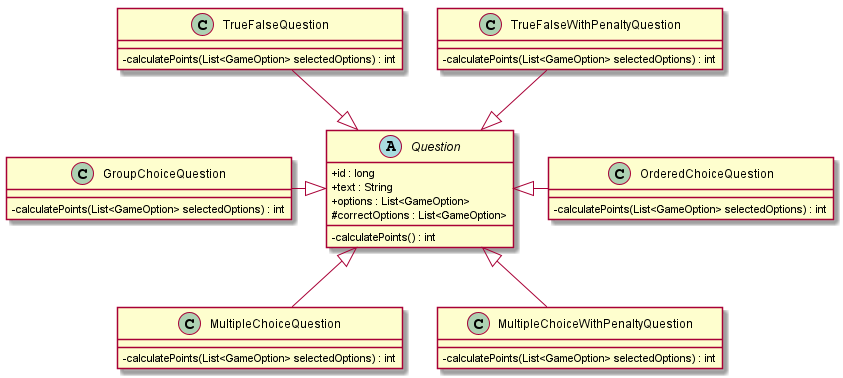
diegosanchez/TP2-Kahoot keeps this PlantUML diagram as docs/out/DiagramaClases-DetallePreguntas-TP2/DiagramaUML-DetallePreguntas-TP2.png. Above is the earlier version. Its diagram source:
```plantuml
@startuml DiagramaUML-DetallePreguntas-TP2

skinparam classAttributeIconSize 0

abstract Question{
    + id : long
    + text : String
    + options : List<GameOption>
    # correctOptions : List<GameOption>
    - calculatePoints() : int
}

class TrueFalseQuestion{
    - calculatePoints(List<GameOption> selectedOptions) : int
}

class TrueFalseWithPenaltyQuestion{
    - calculatePoints(List<GameOption> selectedOptions) : int
}

class OrderedChoiceQuestion{
    - calculatePoints(List<GameOption> selectedOptions) : int
}

class MultipleChoiceQuestion{
    - calculatePoints(List<GameOption> selectedOptions) : int
}

class MultipleChoiceWithPenaltyQuestion{
    - calculatePoints(List<GameOption> selectedOptions) : int
}

class GroupChoiceQuestion{
    - calculatePoints(List<GameOption> selectedOptions) : int
}


TrueFalseQuestion --|> Question
TrueFalseWithPenaltyQuestion --|> Question

OrderedChoiceQuestion --left|> Question

MultipleChoiceQuestion --up|> Question
MultipleChoiceWithPenaltyQuestion --up|> Question

GroupChoiceQuestion --right|> Question

@enduml
```
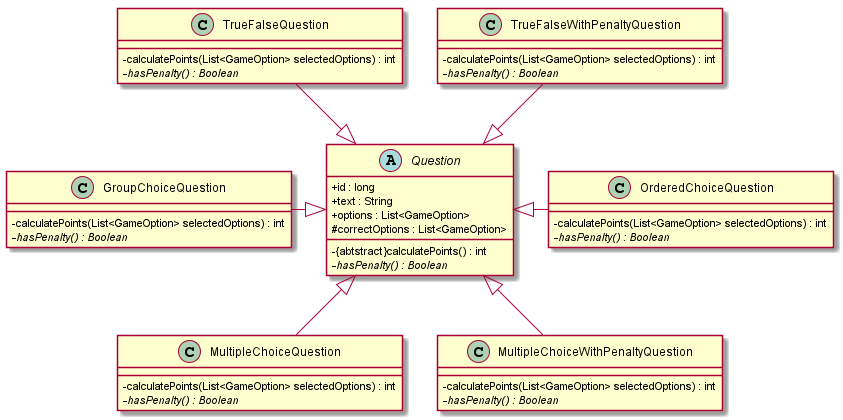
The same diagram one commit later.

What changed in the source:
```diff
@@ -7,31 +7,38 @@
     + text : String
     + options : List<GameOption>
     # correctOptions : List<GameOption>
-    - calculatePoints() : int
+    - {abtstract}calculatePoints() : int
+    - {abstract}hasPenalty() : Boolean
 }
 
 class TrueFalseQuestion{
     - calculatePoints(List<GameOption> selectedOptions) : int
+    - {abstract}hasPenalty() : Boolean
 }
 
 class TrueFalseWithPenaltyQuestion{
     - calculatePoints(List<GameOption> selectedOptions) : int
+    - {abstract}hasPenalty() : Boolean
 }
 
 class OrderedChoiceQuestion{
     - calculatePoints(List<GameOption> selectedOptions) : int
+    - {abstract}hasPenalty() : Boolean
 }
 
 class MultipleChoiceQuestion{
     - calculatePoints(List<GameOption> selectedOptions) : int
+    - {abstract}hasPenalty() : Boolean
 }
 
 class MultipleChoiceWithPenaltyQuestion{
     - calculatePoints(List<GameOption> selectedOptions) : int
+    - {abstract}hasPenalty() : Boolean
 }
 
 class GroupChoiceQuestion{
     - calculatePoints(List<GameOption> selectedOptions) : int
+    - {abstract}hasPenalty() : Boolean
 }
 
 
```
